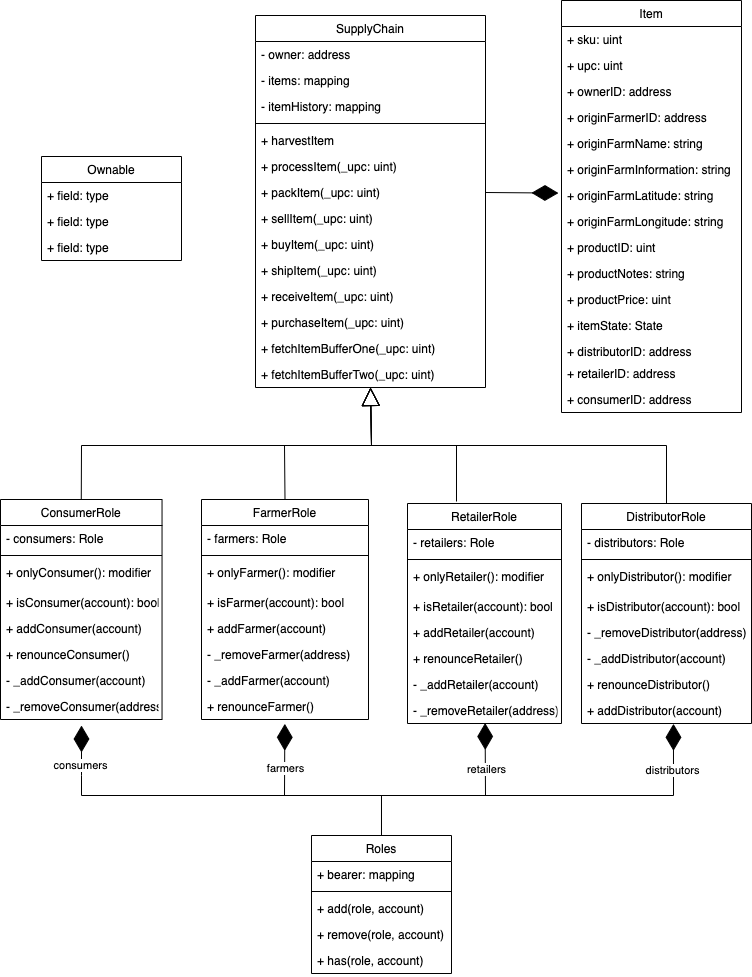
Earlier version of the draw.io export images/class-diagram.png (bartosz-lipinski/supplychain-mgmt). Source tidied: cells renumbered, new cells last; positions are measured from the earlier drawing's top-left corner, leaving out a move shared by most shapes.
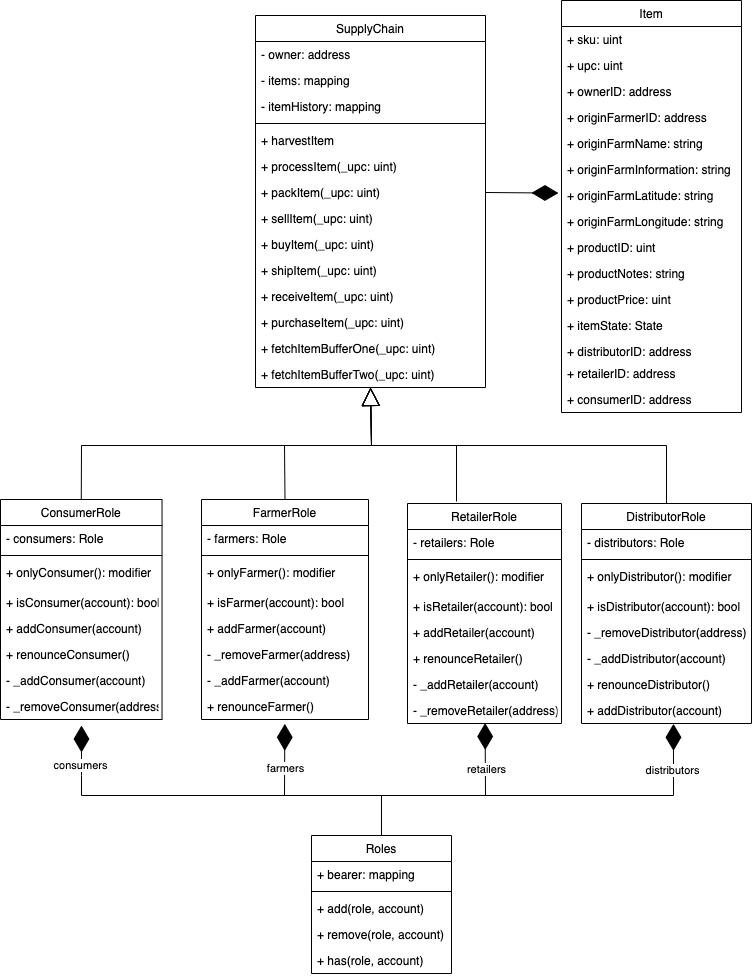
The same file after the commit.

Change to the diagram source:
```diff
@@ -86,18 +86,6 @@
     <mxCell id="22" value="+ consumerID: address" style="text;strokeColor=none;fillColor=none;align=left;verticalAlign=top;spacingLeft=4;spacingRight=4;overflow=hidden;" parent="7" vertex="1">
       <mxGeometry y="386" width="180" height="26" as="geometry" />
     </mxCell>
-    <mxCell id="23" value="Ownable" style="swimlane;fontStyle=0;horizontal=1;startSize=26;fillColor=none;" parent="1" vertex="1">
-      <mxGeometry x="41" y="156" width="140" height="104" as="geometry" />
-    </mxCell>
-    <mxCell id="24" value="+ field: type" style="text;strokeColor=none;fillColor=none;align=left;verticalAlign=top;spacingLeft=4;spacingRight=4;overflow=hidden;" parent="23" vertex="1">
-      <mxGeometry y="26" width="140" height="26" as="geometry" />
-    </mxCell>
-    <mxCell id="25" value="+ field: type" style="text;strokeColor=none;fillColor=none;align=left;verticalAlign=top;spacingLeft=4;spacingRight=4;overflow=hidden;" parent="23" vertex="1">
-      <mxGeometry y="52" width="140" height="26" as="geometry" />
-    </mxCell>
-    <mxCell id="26" value="+ field: type" style="text;strokeColor=none;fillColor=none;align=left;verticalAlign=top;spacingLeft=4;spacingRight=4;overflow=hidden;" parent="23" vertex="1">
-      <mxGeometry y="78" width="140" height="26" as="geometry" />
-    </mxCell>
     <mxCell id="27" value="SupplyChain" style="swimlane;fontStyle=0;horizontal=1;startSize=26;fillColor=none;" parent="1" vertex="1">
       <mxGeometry x="255" y="15" width="230" height="372" as="geometry" />
     </mxCell>
```
